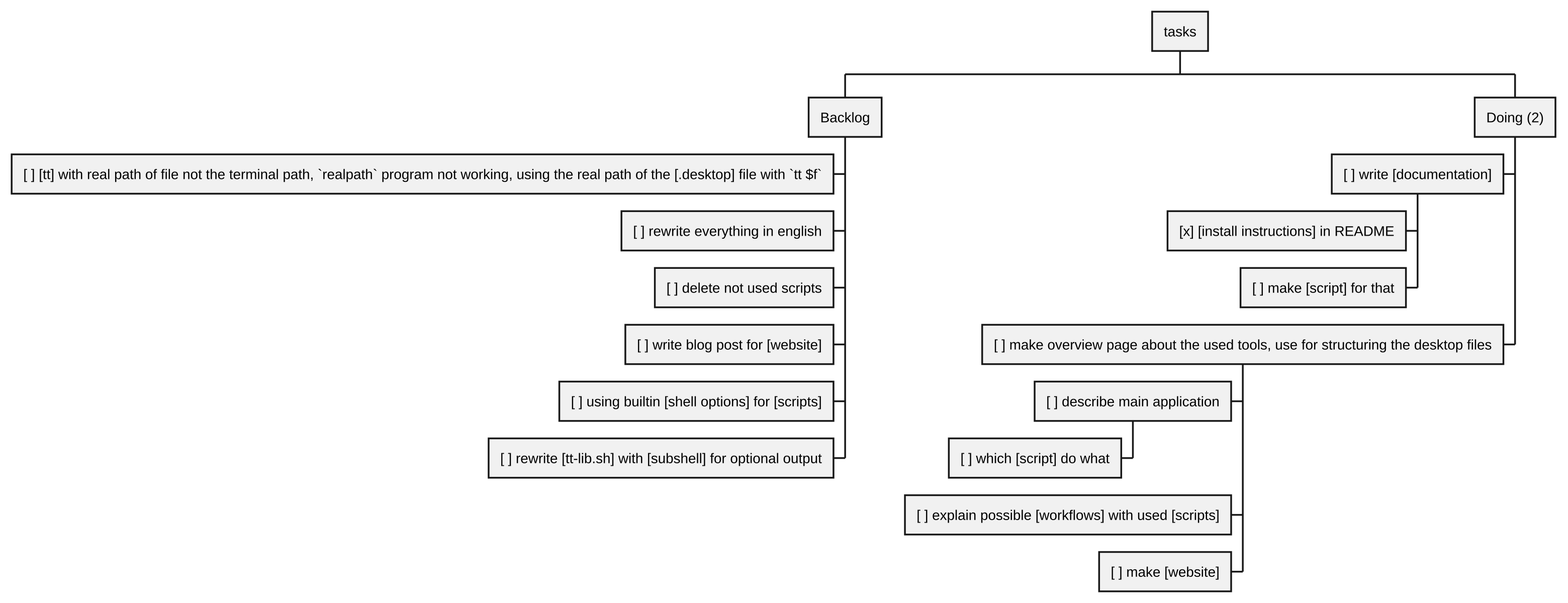
Above: CHANGELOG-JOURNAL/kanboard.png in christiang7/ToText (PlantUML), before the change. Its source is kept beside it as CHANGELOG-JOURNAL/kanboard.plantuml. Its diagram source:
```plantuml
@startwbs
+ tasks
 + Backlog
  - [ ] [tt] with real path of file not the terminal path, `realpath` program not working, using the real path of the [.desktop] file with `tt $f`
  - [ ] rewrite everything in english
  - [ ] delete not used scripts
  - [ ] write blog post for [website]
  - [ ] using builtin [shell options] for [scripts]
  - [ ] rewrite [tt-lib.sh] with [subshell] for optional output
 + Doing (2)
  - [ ] write [documentation]
   - [x] [install instructions] in README
   - [ ] make [script] for that
  - [ ] make overview page about the used tools, use for structuring the desktop files
   - [ ] describe main application
    - [ ] which [script] do what
   - [ ] explain possible [workflows] with used [scripts]
   - [ ] make [website]
@endwbs
```
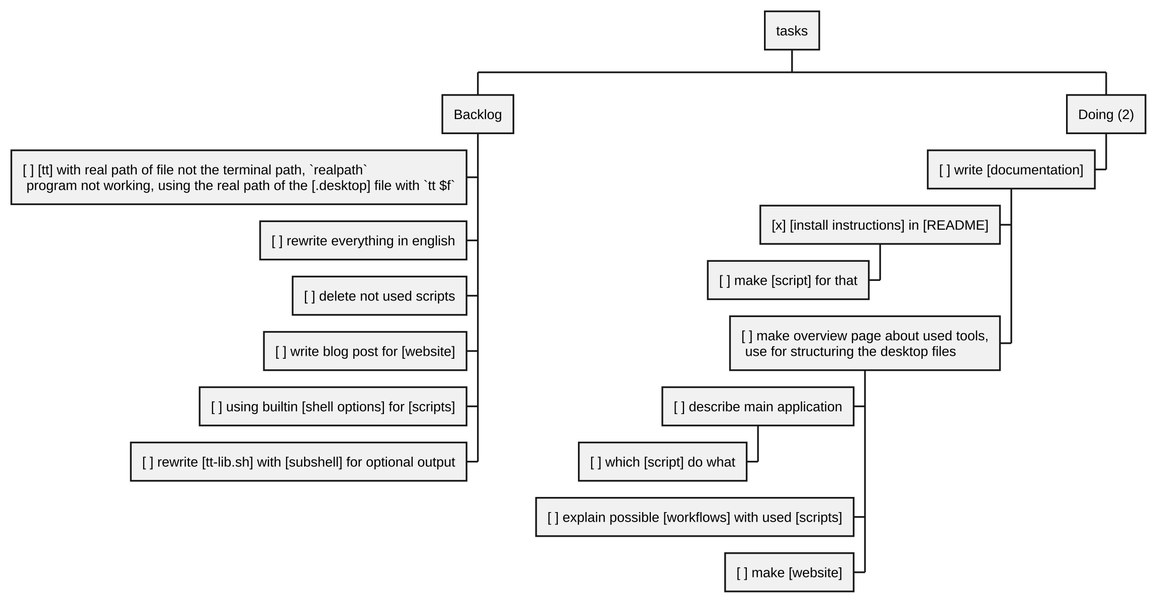
Later version of the same file.

Diff of the diagram source:
```diff
@@ -1,7 +1,7 @@
 @startwbs
 + tasks
  + Backlog
-  - [ ] [tt] with real path of file not the terminal path, `realpath` program not working, using the real path of the [.desktop] file with `tt $f`
+  - [ ] [tt] with real path of file not the terminal path, `realpath` \n program not working, using the real path of the [.desktop] file with `tt $f`
   - [ ] rewrite everything in english
   - [ ] delete not used scripts
   - [ ] write blog post for [website]
@@ -9,11 +9,11 @@
   - [ ] rewrite [tt-lib.sh] with [subshell] for optional output
  + Doing (2)
   - [ ] write [documentation]
-   - [x] [install instructions] in README
-   - [ ] make [script] for that
-  - [ ] make overview page about the used tools, use for structuring the desktop files
-   - [ ] describe main application
-    - [ ] which [script] do what
-   - [ ] explain possible [workflows] with used [scripts]
-   - [ ] make [website]
+   - [x] [install instructions] in [README]
+    - [ ] make [script] for that
+   - [ ] make overview page about used tools,\n use for structuring the desktop files
+    - [ ] describe main application
+     - [ ] which [script] do what
+    - [ ] explain possible [workflows] with used [scripts]
+    - [ ] make [website]
 @endwbs
```
